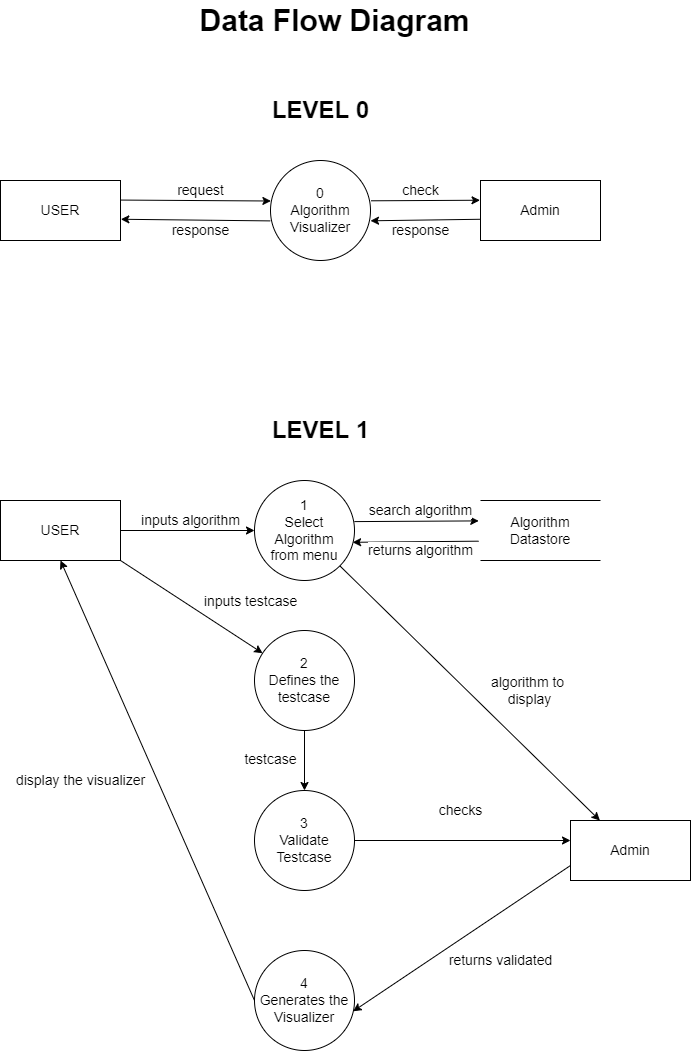
This is Data Flow Diagram.drawio.png from Mitansh007/SE, a draw.io export, as it was before one commit. Source tidied: cells renumbered, new cells last; positions are measured from the earlier drawing's top-left corner, leaving out a move shared by most shapes.
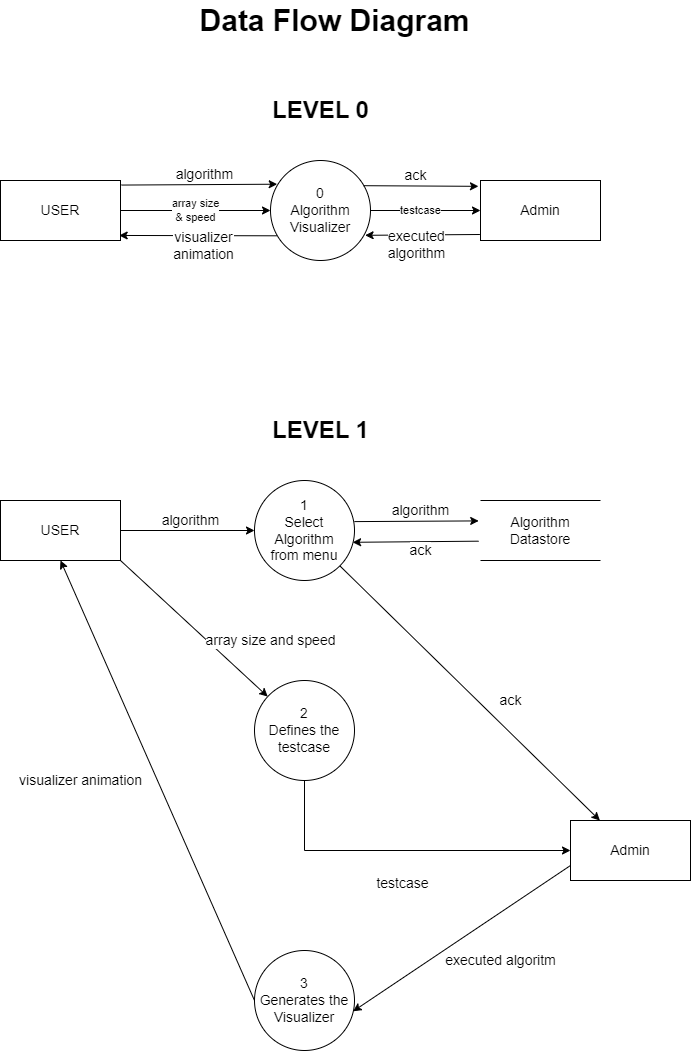
After the commit.

Change to the diagram source:
```diff
@@ -20,73 +20,72 @@
     <mxCell id="7" value="LEVEL 1" style="text;strokeColor=none;fillColor=none;html=1;fontSize=24;fontStyle=1;verticalAlign=middle;align=center;" parent="1" vertex="1">
       <mxGeometry x="270" y="410" width="100" height="40" as="geometry" />
     </mxCell>
-    <mxCell id="8" value="testcase" style="edgeStyle=orthogonalEdgeStyle;rounded=0;jettySize=auto;html=1;exitX=0.5;exitY=1;exitDx=0;exitDy=0;fontSize=14;" parent="1" edge="1" source="9" target="10">
+    <mxCell id="8" value="testcase" style="edgeStyle=orthogonalEdgeStyle;rounded=0;jettySize=auto;html=1;exitX=0.5;exitY=1;exitDx=0;exitDy=0;fontSize=14;entryX=0;entryY=0.5;entryDx=0;entryDy=0;" parent="1" edge="1" source="9" target="18">
       <mxGeometry y="-34" relative="1" as="geometry">
         <mxPoint y="-1" as="offset" />
       </mxGeometry>
     </mxCell>
     <mxCell id="9" value="2&lt;br&gt;Defines the&lt;br&gt;testcase" style="ellipse;whiteSpace=wrap;html=1;fontSize=14;" parent="1" vertex="1">
-      <mxGeometry x="254" y="630" width="100" height="100" as="geometry" />
+      <mxGeometry x="254" y="680" width="100" height="100" as="geometry" />
     </mxCell>
-    <mxCell id="10" value="3&lt;br&gt;Validate Testcase" style="ellipse;whiteSpace=wrap;html=1;fontSize=14;" parent="1" vertex="1">
-      <mxGeometry x="254" y="790" width="100" height="100" as="geometry" />
-    </mxCell>
-    <mxCell id="11" value="search algorithm" style="endArrow=classic;html=1;rounded=0;fontSize=14;exitX=0.999;exitY=0.411;exitDx=0;exitDy=0;exitPerimeter=0;entryX=-0.015;entryY=0.34;entryDx=0;entryDy=0;entryPerimeter=0;" parent="1" edge="1" source="3" target="4">
+    <mxCell id="11" value="algorithm" style="endArrow=classic;html=1;rounded=0;fontSize=14;exitX=0.999;exitY=0.411;exitDx=0;exitDy=0;exitPerimeter=0;entryX=-0.015;entryY=0.34;entryDx=0;entryDy=0;entryPerimeter=0;" parent="1" edge="1" source="3" target="4">
       <mxGeometry x="0.06" y="11" relative="1" as="geometry" />
     </mxCell>
     <mxCell id="12" value="0&lt;br&gt;Algorithm&lt;br&gt;Visualizer" style="ellipse;whiteSpace=wrap;html=1;fontSize=14;" parent="1" vertex="1">
       <mxGeometry x="270" y="160" width="100" height="100" as="geometry" />
     </mxCell>
-    <mxCell id="13" value="request" style="endArrow=classic;html=1;rounded=0;fontSize=14;exitX=0.998;exitY=0.326;exitDx=0;exitDy=0;exitPerimeter=0;entryX=0.004;entryY=0.405;entryDx=0;entryDy=0;entryPerimeter=0;" parent="1" edge="1" source="5" target="12">
+    <mxCell id="13" value="algorithm" style="endArrow=classic;html=1;rounded=0;fontSize=14;exitX=1.007;exitY=0.076;exitDx=0;exitDy=0;exitPerimeter=0;entryX=0.067;entryY=0.237;entryDx=0;entryDy=0;entryPerimeter=0;" parent="1" edge="1" source="5" target="12">
       <mxGeometry x="0.06" y="10" relative="1" as="geometry" />
     </mxCell>
-    <mxCell id="14" value="response" style="endArrow=classic;html=1;rounded=0;fontSize=14;exitX=-0.002;exitY=0.604;exitDx=0;exitDy=0;exitPerimeter=0;entryX=1.003;entryY=0.646;entryDx=0;entryDy=0;entryPerimeter=0;" parent="1" edge="1" source="12" target="5">
+    <mxCell id="14" value="visualizer&lt;br&gt;animation" style="endArrow=classic;html=1;rounded=0;fontSize=14;exitX=0.067;exitY=0.753;exitDx=0;exitDy=0;exitPerimeter=0;entryX=0.989;entryY=0.916;entryDx=0;entryDy=0;entryPerimeter=0;" parent="1" edge="1" source="12" target="5">
       <mxGeometry x="-0.07" y="10" relative="1" as="geometry" />
     </mxCell>
     <mxCell id="15" value="Admin" style="rounded=0;whiteSpace=wrap;html=1;fontSize=14;" parent="1" vertex="1">
       <mxGeometry x="480" y="180" width="120" height="60" as="geometry" />
     </mxCell>
-    <mxCell id="16" value="check" style="endArrow=classic;html=1;rounded=0;fontSize=14;exitX=1.005;exitY=0.403;exitDx=0;exitDy=0;exitPerimeter=0;entryX=-0.004;entryY=0.329;entryDx=0;entryDy=0;entryPerimeter=0;" parent="1" edge="1" source="12" target="15">
+    <mxCell id="16" value="ack" style="endArrow=classic;html=1;rounded=0;fontSize=14;exitX=0.931;exitY=0.252;exitDx=0;exitDy=0;exitPerimeter=0;entryX=-0.017;entryY=0.097;entryDx=0;entryDy=0;entryPerimeter=0;" parent="1" edge="1" source="12" target="15">
       <mxGeometry x="-0.09" y="10" relative="1" as="geometry" />
     </mxCell>
-    <mxCell id="17" value="response" style="endArrow=classic;html=1;rounded=0;fontSize=14;exitX=0.004;exitY=0.646;exitDx=0;exitDy=0;exitPerimeter=0;entryX=1;entryY=0.603;entryDx=0;entryDy=0;entryPerimeter=0;" parent="1" edge="1" source="15" target="12">
+    <mxCell id="17" value="executed &lt;br&gt;algorithm" style="endArrow=classic;html=1;rounded=0;fontSize=14;exitX=-0.005;exitY=0.9;exitDx=0;exitDy=0;exitPerimeter=0;entryX=0.946;entryY=0.748;entryDx=0;entryDy=0;entryPerimeter=0;" parent="1" edge="1" source="15" target="12">
       <mxGeometry x="0.1" y="10" relative="1" as="geometry" />
     </mxCell>
     <mxCell id="18" value="Admin" style="rounded=0;whiteSpace=wrap;html=1;fontSize=14;" parent="1" vertex="1">
       <mxGeometry x="570" y="820" width="120" height="60" as="geometry" />
     </mxCell>
-    <mxCell id="19" value="checks" style="endArrow=classic;html=1;rounded=0;fontSize=14;exitX=1;exitY=0.5;exitDx=0;exitDy=0;" parent="1" edge="1" source="10">
-      <mxGeometry x="-0.02" y="30" relative="1" as="geometry">
-        <mxPoint x="570" y="840" as="targetPoint" />
-      </mxGeometry>
-    </mxCell>
-    <mxCell id="20" value="algorithm to &lt;br&gt;display" style="endArrow=classic;html=1;rounded=0;fontSize=14;exitX=1;exitY=1;exitDx=0;exitDy=0;" parent="1" edge="1" source="3" target="18">
-      <mxGeometry x="0.23" y="44" relative="1" as="geometry" />
+    <mxCell id="20" value="ack" style="endArrow=classic;html=1;rounded=0;fontSize=14;exitX=1;exitY=1;exitDx=0;exitDy=0;" parent="1" edge="1" source="3" target="18">
+      <mxGeometry x="0.19" y="23" relative="1" as="geometry" />
     </mxCell>
-    <mxCell id="21" value="4&lt;br&gt;Generates the&lt;br&gt;Visualizer" style="ellipse;whiteSpace=wrap;html=1;fontSize=14;" parent="1" vertex="1">
+    <mxCell id="21" value="3&lt;br&gt;Generates the&lt;br&gt;Visualizer" style="ellipse;whiteSpace=wrap;html=1;fontSize=14;" parent="1" vertex="1">
       <mxGeometry x="254" y="950" width="100" height="100" as="geometry" />
     </mxCell>
-    <mxCell id="22" value="returns validated" style="endArrow=classic;html=1;rounded=0;fontSize=14;exitX=0;exitY=0.75;exitDx=0;exitDy=0;entryX=0.986;entryY=0.608;entryDx=0;entryDy=0;entryPerimeter=0;" parent="1" edge="1" source="18" target="21">
+    <mxCell id="22" value="executed algoritm" style="endArrow=classic;html=1;rounded=0;fontSize=14;exitX=0;exitY=0.75;exitDx=0;exitDy=0;entryX=0.986;entryY=0.608;entryDx=0;entryDy=0;entryPerimeter=0;" parent="1" edge="1" source="18" target="21">
       <mxGeometry x="-0.15" y="40" relative="1" as="geometry" />
     </mxCell>
     <mxCell id="23" value="&lt;font style=&quot;font-size: 30px;&quot;&gt;Data Flow Diagram&lt;/font&gt;" style="text;strokeColor=none;fillColor=none;html=1;fontSize=24;fontStyle=1;verticalAlign=middle;align=center;" parent="1" vertex="1">
       <mxGeometry x="284" width="100" height="40" as="geometry" />
     </mxCell>
-    <mxCell id="24" value="inputs algorithm" style="endArrow=classic;html=1;rounded=0;exitX=1;exitY=0.5;exitDx=0;exitDy=0;entryX=0;entryY=0.5;entryDx=0;entryDy=0;fontSize=14;" parent="1" edge="1" source="2" target="3">
+    <mxCell id="24" value="algorithm" style="endArrow=classic;html=1;rounded=0;exitX=1;exitY=0.5;exitDx=0;exitDy=0;entryX=0;entryY=0.5;entryDx=0;entryDy=0;fontSize=14;" parent="1" edge="1" source="2" target="3">
       <mxGeometry x="0.04" y="10" relative="1" as="geometry" />
     </mxCell>
-    <mxCell id="25" value="&lt;font style=&quot;font-size: 14px;&quot;&gt;returns algorithm&lt;/font&gt;" style="endArrow=classic;html=1;rounded=0;exitX=-0.016;exitY=0.678;exitDx=0;exitDy=0;exitPerimeter=0;entryX=0.981;entryY=0.618;entryDx=0;entryDy=0;entryPerimeter=0;" parent="1" edge="1" source="4" target="3">
+    <mxCell id="25" value="&lt;span style=&quot;font-size: 14px;&quot;&gt;ack&lt;/span&gt;" style="endArrow=classic;html=1;rounded=0;exitX=-0.016;exitY=0.678;exitDx=0;exitDy=0;exitPerimeter=0;entryX=0.981;entryY=0.618;entryDx=0;entryDy=0;entryPerimeter=0;" parent="1" edge="1" source="4" target="3">
       <mxGeometry x="-0.08" y="9" relative="1" as="geometry" />
     </mxCell>
-    <mxCell id="26" value="inputs testcase" style="endArrow=classic;html=1;rounded=0;fontSize=14;exitX=1;exitY=1;exitDx=0;exitDy=0;" parent="1" edge="1" source="2" target="9">
-      <mxGeometry x="0.54" y="38" relative="1" as="geometry">
-        <mxPoint y="1" as="offset" />
-      </mxGeometry>
+    <mxCell id="26" value="array size and speed" style="endArrow=classic;html=1;rounded=0;fontSize=14;exitX=1;exitY=1;exitDx=0;exitDy=0;" parent="1" edge="1" source="2" target="9">
+      <mxGeometry x="0.64" y="43" relative="1" as="geometry" />
     </mxCell>
-    <mxCell id="27" value="display the visualizer" style="endArrow=classic;html=1;rounded=0;fontSize=14;exitX=0;exitY=0.5;exitDx=0;exitDy=0;entryX=0.5;entryY=1;entryDx=0;entryDy=0;" parent="1" edge="1" source="21" target="2">
+    <mxCell id="27" value="visualizer animation" style="endArrow=classic;html=1;rounded=0;fontSize=14;exitX=0;exitY=0.5;exitDx=0;exitDy=0;entryX=0.5;entryY=1;entryDx=0;entryDy=0;" parent="1" edge="1" source="21" target="2">
       <mxGeometry x="0.13" y="70" relative="1" as="geometry">
         <mxPoint x="-1" as="offset" />
       </mxGeometry>
     </mxCell>
+    <mxCell id="28" value="array size&lt;br&gt;&amp;amp; speed" style="endArrow=classic;html=1;rounded=0;entryX=0;entryY=0.5;entryDx=0;entryDy=0;exitX=1;exitY=0.5;exitDx=0;exitDy=0;" parent="1" edge="1" source="5" target="12">
+      <mxGeometry relative="1" as="geometry" />
+    </mxCell>
+    <mxCell id="29" style="endArrow=classic;html=1;rounded=0;entryX=0;entryY=0.5;entryDx=0;entryDy=0;exitX=1;exitY=0.5;exitDx=0;exitDy=0;" parent="1" edge="1" source="12" target="15">
+      <mxGeometry relative="1" as="geometry" />
+    </mxCell>
+    <mxCell id="30" value="testcase" style="edgeLabel;html=1;align=center;verticalAlign=middle;" parent="29" vertex="1">
+      <mxGeometry x="-0.1" relative="1" as="geometry" />
+    </mxCell>
   </root>
 </mxGraphModel>
```
